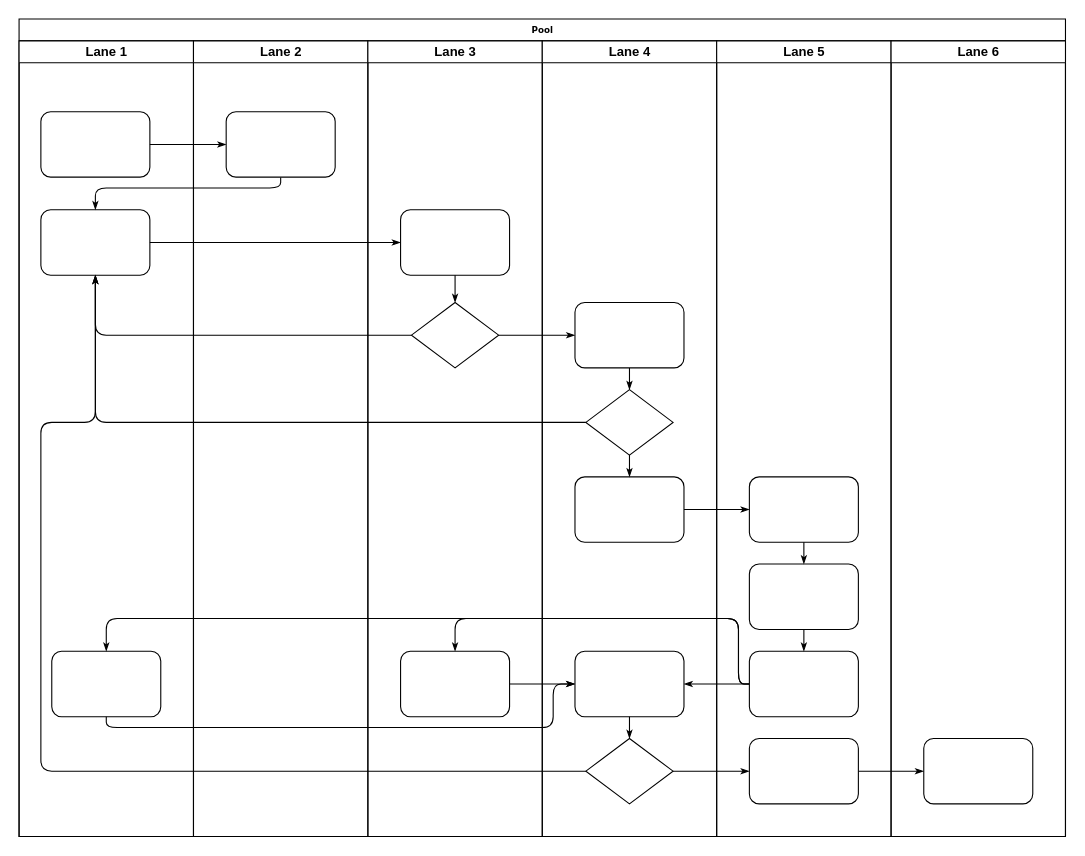
meccanicamente/BottleMessages keeps this draw.io diagram as Diagrams/Diagramma senza titolo.drawio. Above is the earlier version. Source tidied: cells renumbered, new cells numbered last; positions are measured from the earlier drawing's top-left corner, leaving out a move shared by most shapes. Both pictures are drawn from the tidied source at 109%, with x=0, y=0 at pixel (19, 19).
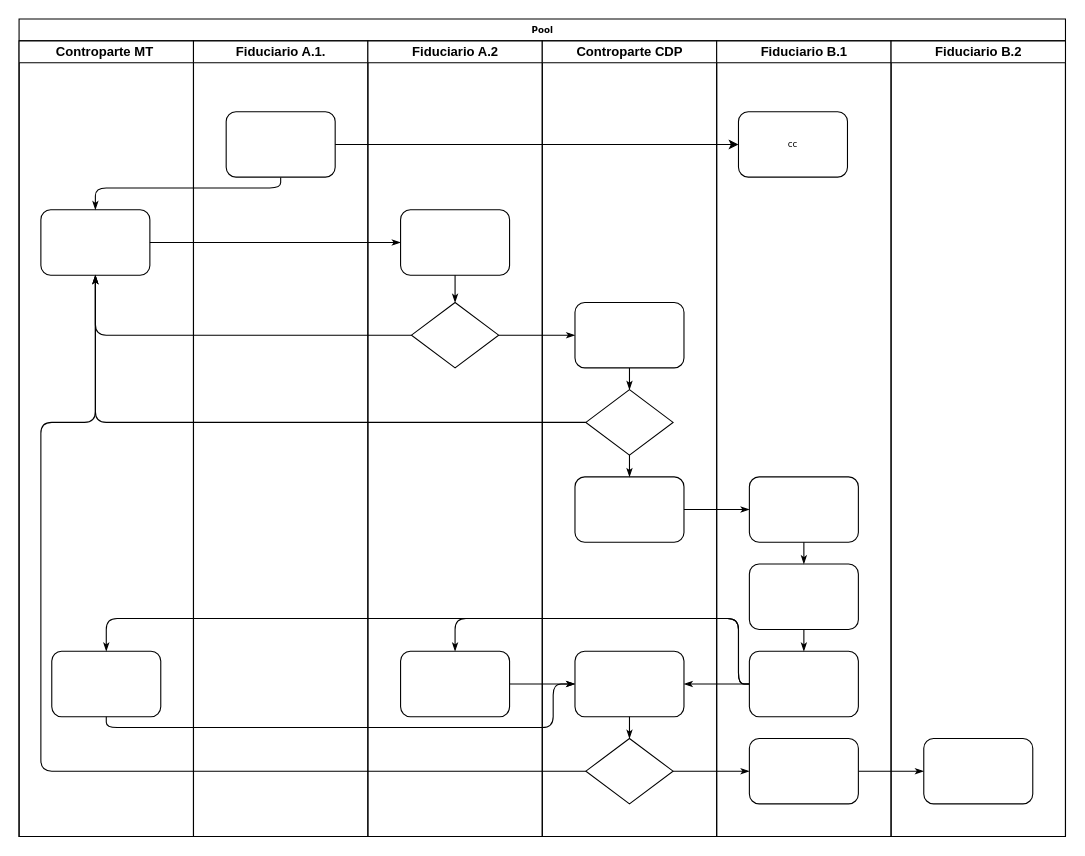
The same page after the edit.

The change refers to these unchanged cells:
```xml
<mxCell id="2" value="Pool" style="swimlane;html=1;startSize=20;rounded=0;shadow=0;labelBackgroundColor=none;strokeWidth=1;fontFamily=Verdana;fontSize=8;align=center;" parent="1" vertex="1">
  <mxGeometry width="960" height="750" as="geometry" />
</mxCell>
<mxCell id="23" style="rounded=1;whiteSpace=wrap;html=1;shadow=0;labelBackgroundColor=none;strokeWidth=1;fontFamily=Verdana;fontSize=8;align=center;" parent="22" vertex="1">
  <mxGeometry x="30" y="65" width="100" height="60" as="geometry" />
</mxCell>
```

The edit, as a diff of the source:
```diff
@@
-    <mxCell id="3" value="Lane 1" style="swimlane;html=1;startSize=20;" parent="2" vertex="1">
+    <mxCell id="3" value="Controparte MT&amp;nbsp;" style="swimlane;html=1;startSize=20;" parent="2" vertex="1">
       <mxGeometry y="20" width="160" height="730" as="geometry" />
     </mxCell>
-    <mxCell id="4" style="rounded=1;whiteSpace=wrap;html=1;shadow=0;labelBackgroundColor=none;strokeWidth=1;fontFamily=Verdana;fontSize=8;align=center;" parent="3" vertex="1">
-      <mxGeometry x="20" y="65" width="100" height="60" as="geometry" />
-    </mxCell>
@@
-    <mxCell id="7" style="edgeStyle=orthogonalEdgeStyle;rounded=1;html=1;labelBackgroundColor=none;startArrow=none;startFill=0;startSize=5;endArrow=classicThin;endFill=1;endSize=5;jettySize=auto;strokeWidth=1;fontFamily=Verdana;fontSize=8;" parent="2" edge="1" source="4" target="23">
-      <mxGeometry relative="1" as="geometry" />
-    </mxCell>
@@
-    <mxCell id="22" value="Lane 2" style="swimlane;html=1;startSize=20;" parent="2" vertex="1">
+    <mxCell id="22" value="Fiduciario A.1." style="swimlane;html=1;startSize=20;" parent="2" vertex="1">
       <mxGeometry x="160" y="20" width="160" height="730" as="geometry" />
     </mxCell>
@@
-    <mxCell id="24" value="Lane 3" style="swimlane;html=1;startSize=20;" parent="2" vertex="1">
+    <mxCell id="24" value="Fiduciario A.2" style="swimlane;html=1;startSize=20;" parent="2" vertex="1">
       <mxGeometry x="320" y="20" width="160" height="730" as="geometry" />
     </mxCell>
@@
-    <mxCell id="29" value="Lane 4" style="swimlane;html=1;startSize=20;" parent="2" vertex="1">
+    <mxCell id="29" value="Controparte CDP" style="swimlane;html=1;startSize=20;" parent="2" vertex="1">
       <mxGeometry x="480" y="20" width="160" height="730" as="geometry" />
     </mxCell>
@@
-    <mxCell id="38" value="Lane 5" style="swimlane;html=1;startSize=20;" parent="2" vertex="1">
+    <mxCell id="38" value="Fiduciario B.1" style="swimlane;html=1;startSize=20;" parent="2" vertex="1">
       <mxGeometry x="640" y="20" width="160" height="730" as="geometry" />
     </mxCell>
@@
+    <mxCell id="4" value="cc" style="rounded=1;whiteSpace=wrap;html=1;shadow=0;labelBackgroundColor=none;strokeWidth=1;fontFamily=Verdana;fontSize=8;align=center;" parent="38" vertex="1">
+      <mxGeometry x="20" y="65" width="100" height="60" as="geometry" />
+    </mxCell>
-    <mxCell id="45" value="Lane 6" style="swimlane;html=1;startSize=20;" parent="2" vertex="1">
+    <mxCell id="45" value="Fiduciario B.2" style="swimlane;html=1;startSize=20;" parent="2" vertex="1">
       <mxGeometry x="800" y="20" width="160" height="730" as="geometry" />
     </mxCell>
@@
+    <mxCell id="47" style="edgeStyle=orthogonalEdgeStyle;rounded=0;jettySize=auto;html=1;entryX=0;entryY=0.5;entryDx=0;entryDy=0;startArrow=none;startFill=0;" parent="2" edge="1" source="23" target="4">
+      <mxGeometry relative="1" as="geometry" />
+    </mxCell>
```
